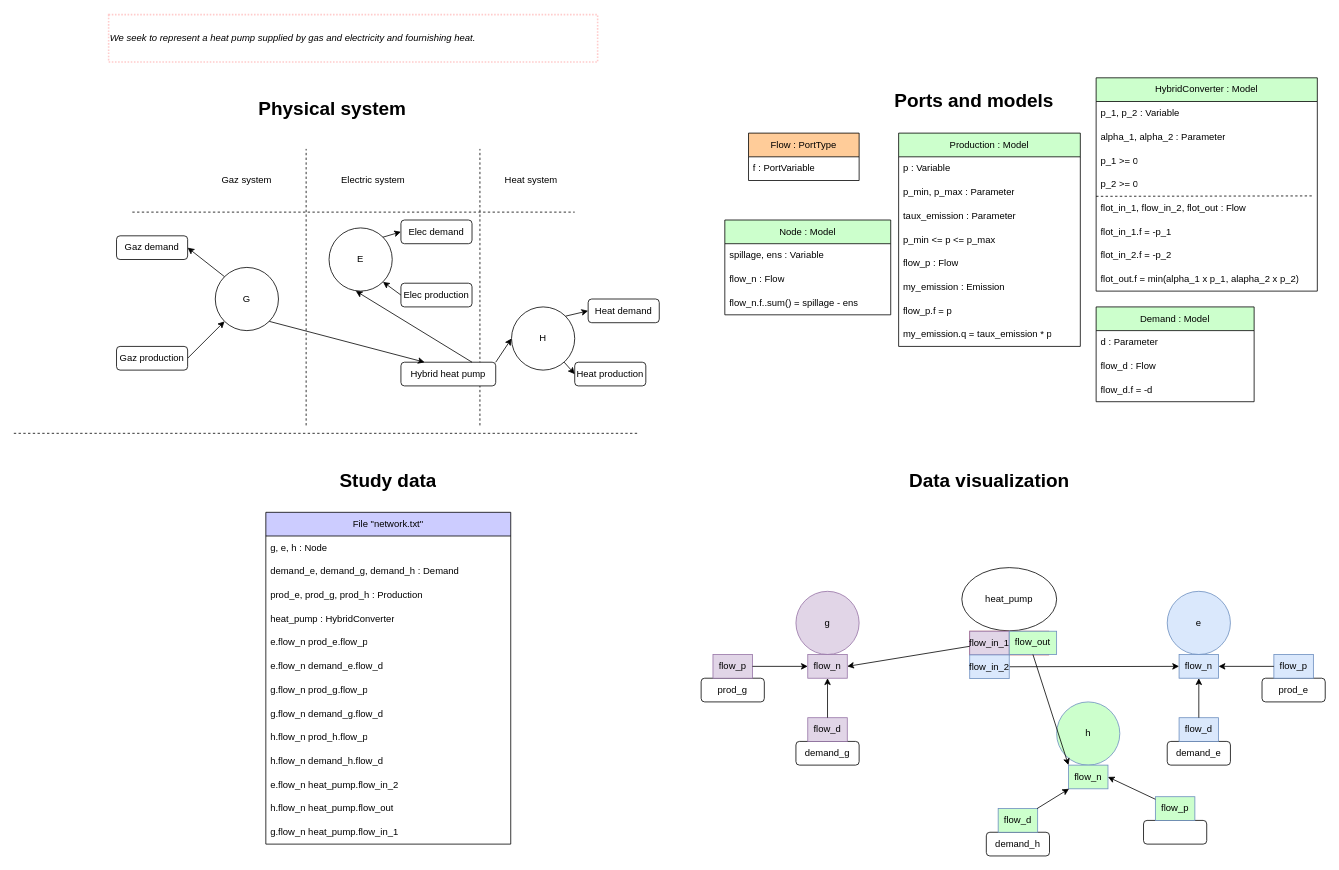
The draw.io diagram models-design/systems/hybrid_converter.drawio in AntaresSimulatorTeam/andromede-modeling-prototype, before the edit. Source tidied: cells renumbered, new cells numbered last; positions are measured from the earlier drawing's top-left corner, leaving out a move shared by most shapes. Both pictures are drawn from the tidied source at 79%, with x=0, y=0 at pixel (13, 14).
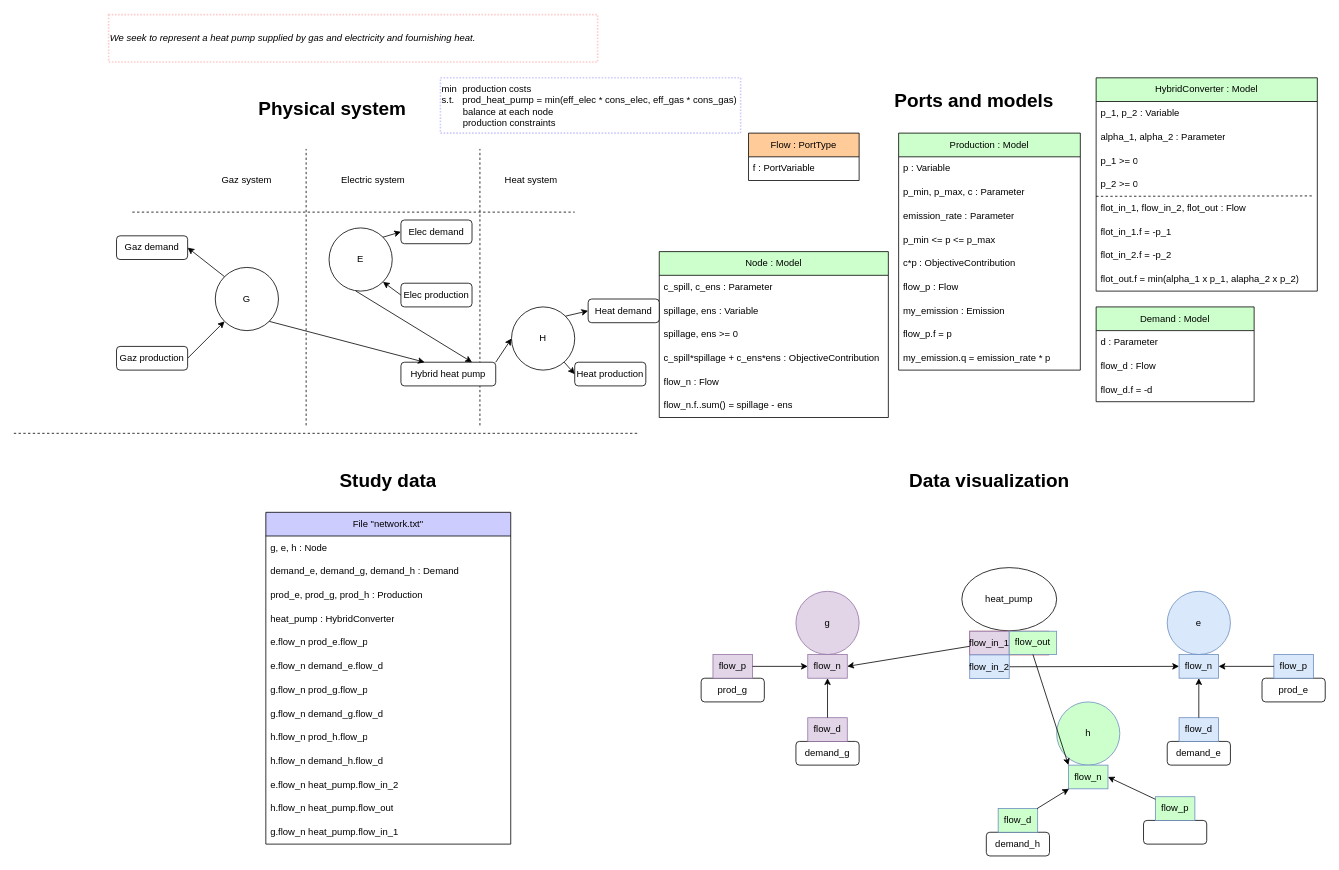
The same page after the edit.

Unchanged cells that the change refers to:
```xml
<mxCell id="7" value="E" style="ellipse;whiteSpace=wrap;html=1;" parent="1" vertex="1">
  <mxGeometry x="399" y="270" width="80" height="80" as="geometry" />
</mxCell>
<mxCell id="108" value="Hybrid heat pump" style="rounded=1;whiteSpace=wrap;html=1;" parent="1" vertex="1">
  <mxGeometry x="490" y="440" width="120" height="30" as="geometry" />
</mxCell>
```

Change to the diagram source:
```diff
@@
     <mxCell id="18" style="group;" parent="1" vertex="1">
-      <mxGeometry x="880" y="90" width="770" height="460" as="geometry" />
+      <mxGeometry x="880" y="90" width="770" height="490" as="geometry" />
     </mxCell>
@@
-    <mxCell id="22" value="Node : Model" style="swimlane;fontStyle=0;horizontal=1;startSize=30;whiteSpace=wrap;html=1;fillColor=#CCFFCC;fontColor=#000000;" parent="18" vertex="1">
-      <mxGeometry x="20" y="170" width="210" height="120" as="geometry" />
-    </mxCell>
-    <mxCell id="23" value="spillage, ens : Variable" style="text;strokeColor=none;fillColor=none;align=left;verticalAlign=middle;spacingLeft=4;spacingRight=4;overflow=hidden;whiteSpace=wrap;html=1;" parent="22" vertex="1">
-      <mxGeometry y="30" width="210" height="30" as="geometry" />
-    </mxCell>
-    <mxCell id="24" value="flow_n : Flow" style="text;strokeColor=none;fillColor=none;align=left;verticalAlign=middle;spacingLeft=4;spacingRight=4;overflow=hidden;whiteSpace=wrap;html=1;" parent="22" vertex="1">
-      <mxGeometry y="60" width="210" height="30" as="geometry" />
-    </mxCell>
-    <mxCell id="25" value="flow_n.f..sum() = spillage - ens" style="text;strokeColor=none;fillColor=none;align=left;verticalAlign=middle;spacingLeft=4;spacingRight=4;overflow=hidden;whiteSpace=wrap;html=1;" parent="22" vertex="1">
-      <mxGeometry y="90" width="210" height="30" as="geometry" />
-    </mxCell>
@@
+    <mxCell id="22" value="Node : Model" style="swimlane;fontStyle=0;horizontal=1;startSize=30;whiteSpace=wrap;html=1;fillColor=#CCFFCC;fontColor=#000000;" parent="18" vertex="1">
+      <mxGeometry x="-63" y="210" width="290" height="210" as="geometry" />
+    </mxCell>
+    <mxCell id="120" value="c_spill, c_ens : Parameter" style="text;strokeColor=none;fillColor=none;align=left;verticalAlign=middle;spacingLeft=4;spacingRight=4;overflow=hidden;whiteSpace=wrap;html=1;" parent="22" vertex="1">
+      <mxGeometry y="30" width="290" height="30" as="geometry" />
+    </mxCell>
+    <mxCell id="23" value="spillage, ens : Variable" style="text;strokeColor=none;fillColor=none;align=left;verticalAlign=middle;spacingLeft=4;spacingRight=4;overflow=hidden;whiteSpace=wrap;html=1;" parent="22" vertex="1">
+      <mxGeometry y="60" width="290" height="30" as="geometry" />
+    </mxCell>
+    <mxCell id="121" value="spillage, ens &amp;gt;= 0" style="text;strokeColor=none;fillColor=none;align=left;verticalAlign=middle;spacingLeft=4;spacingRight=4;overflow=hidden;whiteSpace=wrap;html=1;" parent="22" vertex="1">
+      <mxGeometry y="90" width="290" height="30" as="geometry" />
+    </mxCell>
+    <mxCell id="122" value="c_spill*spillage + c_ens*ens : ObjectiveContribution" style="text;strokeColor=none;fillColor=none;align=left;verticalAlign=middle;spacingLeft=4;spacingRight=4;overflow=hidden;whiteSpace=wrap;html=1;" parent="22" vertex="1">
+      <mxGeometry y="120" width="290" height="30" as="geometry" />
+    </mxCell>
+    <mxCell id="24" value="flow_n : Flow" style="text;strokeColor=none;fillColor=none;align=left;verticalAlign=middle;spacingLeft=4;spacingRight=4;overflow=hidden;whiteSpace=wrap;html=1;" parent="22" vertex="1">
+      <mxGeometry y="150" width="290" height="30" as="geometry" />
+    </mxCell>
+    <mxCell id="25" value="flow_n.f..sum() = spillage - ens" style="text;strokeColor=none;fillColor=none;align=left;verticalAlign=middle;spacingLeft=4;spacingRight=4;overflow=hidden;whiteSpace=wrap;html=1;" parent="22" vertex="1">
+      <mxGeometry y="180" width="290" height="30" as="geometry" />
+    </mxCell>
@@
     <mxCell id="92" value="Production : Model" style="swimlane;fontStyle=0;horizontal=1;startSize=30;whiteSpace=wrap;html=1;fillColor=#CCFFCC;fontColor=#000000;" parent="1" vertex="1">
-      <mxGeometry x="1120" y="150" width="230" height="270" as="geometry" />
+      <mxGeometry x="1120" y="150" width="230" height="300" as="geometry" />
     </mxCell>
@@
-    <mxCell id="94" value="p_min, p_max : Parameter" style="text;strokeColor=none;fillColor=none;align=left;verticalAlign=middle;spacingLeft=4;spacingRight=4;overflow=hidden;whiteSpace=wrap;html=1;" parent="92" vertex="1">
+    <mxCell id="94" value="p_min, p_max, c : Parameter" style="text;strokeColor=none;fillColor=none;align=left;verticalAlign=middle;spacingLeft=4;spacingRight=4;overflow=hidden;whiteSpace=wrap;html=1;" parent="92" vertex="1">
       <mxGeometry y="60" width="230" height="30" as="geometry" />
     </mxCell>
-    <mxCell id="95" value="taux_emission : Parameter" style="text;strokeColor=none;fillColor=none;align=left;verticalAlign=middle;spacingLeft=4;spacingRight=4;overflow=hidden;whiteSpace=wrap;html=1;" parent="92" vertex="1">
+    <mxCell id="95" value="emission_rate : Parameter" style="text;strokeColor=none;fillColor=none;align=left;verticalAlign=middle;spacingLeft=4;spacingRight=4;overflow=hidden;whiteSpace=wrap;html=1;" parent="92" vertex="1">
       <mxGeometry y="90" width="230" height="30" as="geometry" />
     </mxCell>
@@
+    <mxCell id="123" value="c*p : ObjectiveContribution" style="text;strokeColor=none;fillColor=none;align=left;verticalAlign=middle;spacingLeft=4;spacingRight=4;overflow=hidden;whiteSpace=wrap;html=1;" parent="92" vertex="1">
+      <mxGeometry y="150" width="230" height="30" as="geometry" />
+    </mxCell>
     <mxCell id="97" value="flow_p : Flow" style="text;strokeColor=none;fillColor=none;align=left;verticalAlign=middle;spacingLeft=4;spacingRight=4;overflow=hidden;whiteSpace=wrap;html=1;" parent="92" vertex="1">
-      <mxGeometry y="150" width="230" height="30" as="geometry" />
+      <mxGeometry y="180" width="230" height="30" as="geometry" />
     </mxCell>
     <mxCell id="98" value="my_emission : Emission" style="text;strokeColor=none;fillColor=none;align=left;verticalAlign=middle;spacingLeft=4;spacingRight=4;overflow=hidden;whiteSpace=wrap;html=1;" parent="92" vertex="1">
-      <mxGeometry y="180" width="230" height="30" as="geometry" />
+      <mxGeometry y="210" width="230" height="30" as="geometry" />
     </mxCell>
     <mxCell id="99" value="flow_p.f = p" style="text;strokeColor=none;fillColor=none;align=left;verticalAlign=middle;spacingLeft=4;spacingRight=4;overflow=hidden;whiteSpace=wrap;html=1;" parent="92" vertex="1">
-      <mxGeometry y="210" width="230" height="30" as="geometry" />
+      <mxGeometry y="240" width="230" height="30" as="geometry" />
     </mxCell>
-    <mxCell id="100" value="my_emission.q = taux_emission * p" style="text;strokeColor=none;fillColor=none;align=left;verticalAlign=middle;spacingLeft=4;spacingRight=4;overflow=hidden;whiteSpace=wrap;html=1;" parent="92" vertex="1">
-      <mxGeometry y="240" width="230" height="30" as="geometry" />
+    <mxCell id="100" value="my_emission.q = emission_rate * p" style="text;strokeColor=none;fillColor=none;align=left;verticalAlign=middle;spacingLeft=4;spacingRight=4;overflow=hidden;whiteSpace=wrap;html=1;" parent="92" vertex="1">
+      <mxGeometry y="270" width="230" height="30" as="geometry" />
     </mxCell>
@@
-    <mxCell id="110" style="endArrow=classic;html=1;rounded=0;exitX=0.75;exitY=0;exitDx=0;exitDy=0;entryX=0.423;entryY=0.998;entryDx=0;entryDy=0;entryPerimeter=0;" parent="1" edge="1" source="108" target="7">
+    <mxCell id="110" style="endArrow=none;html=1;rounded=0;exitX=0.75;exitY=0;exitDx=0;exitDy=0;entryX=0.423;entryY=0.998;entryDx=0;entryDy=0;entryPerimeter=0;startArrow=classic;startFill=1;endFill=0;" parent="1" edge="1" source="108" target="7">
       <mxGeometry relative="1" as="geometry" />
     </mxCell>
@@
+    <mxCell id="124" value="min&amp;nbsp; production costs&lt;br&gt;s.t.&amp;nbsp; &amp;nbsp;prod_heat_pump = min(eff_elec * cons_elec, eff_gas * cons_gas)&lt;br&gt;&lt;span style=&quot;&quot;&gt;&#9;&lt;/span&gt;&lt;span style=&quot;white-space: pre;&quot;&gt;&#9;&lt;/span&gt;balance at each node&lt;br&gt;&lt;span style=&quot;white-space: pre;&quot;&gt;&#9;&lt;/span&gt;production constraints&amp;nbsp;" style="text;html=1;strokeColor=#CCCCFF;fillColor=none;align=left;verticalAlign=middle;whiteSpace=wrap;rounded=0;dashed=1;dashPattern=1 1;strokeWidth=2;" parent="1" vertex="1">
+      <mxGeometry x="540" y="80" width="380" height="70" as="geometry" />
+    </mxCell>
```
